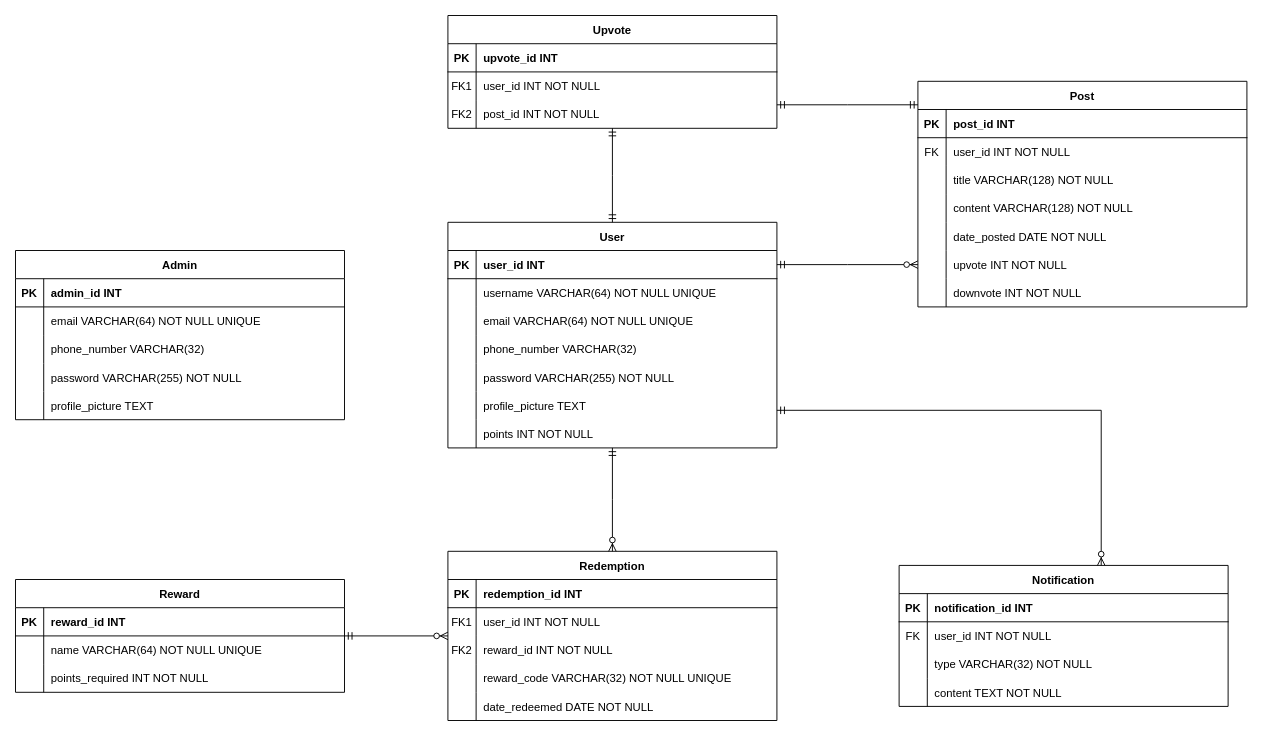
This is erd.drawio from ChiefWoods/sustainable-earth-foundation, a draw.io file, before an edit. Source tidied: cells renumbered, new cells numbered last; positions are measured from the earlier drawing's top-left corner, leaving out a move shared by most shapes. Both pictures are drawn from the tidied source at 94%, with x=0, y=0 at pixel (15, 15).
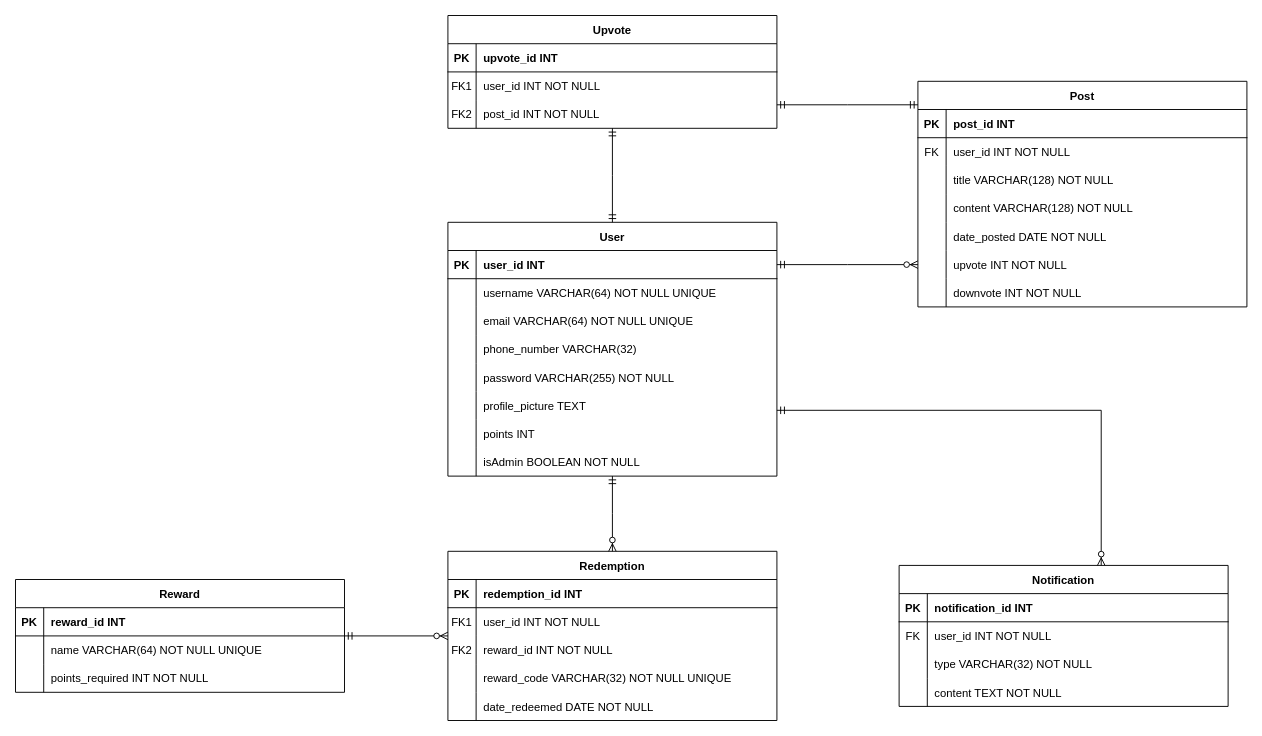
Above is the later version.

Commit message:
Merge Admin and User table

Unchanged cells that the change refers to:
```xml
<mxCell id="37" style="shape=partialRectangle;fillColor=none;top=0;left=0;right=0;bottom=0;" parent="18" vertex="1">
  <mxGeometry y="210" width="350" height="30" as="geometry" />
</mxCell>
```

The edit, as a diff of the source:
```diff
@@
-    <mxCell id="2" value="Admin" style="shape=table;startSize=30;childLayout=tableLayout;rowLines=0;fontStyle=1;align=center;" parent="1" vertex="1">
-      <mxGeometry y="250" width="350" height="180" as="geometry" />
-    </mxCell>
-    <mxCell id="3" style="shape=partialRectangle;fillColor=none;top=0;left=0;right=0;bottom=1;" parent="2" vertex="1">
-      <mxGeometry y="30" width="350" height="30" as="geometry" />
-    </mxCell>
-    <mxCell id="4" value="PK" style="shape=partialRectangle;overflow=hidden;fillColor=none;top=0;left=0;bottom=0;right=0;fontStyle=1;" parent="3" vertex="1">
-      <mxGeometry width="30" height="30" as="geometry" />
-    </mxCell>
-    <mxCell id="5" value="admin_id INT" style="shape=partialRectangle;overflow=hidden;fillColor=none;top=0;left=0;bottom=0;right=0;align=left;spacingLeft=6;fontStyle=1;" parent="3" vertex="1">
-      <mxGeometry x="30" width="320" height="30" as="geometry" />
-    </mxCell>
-    <mxCell id="6" style="shape=partialRectangle;fillColor=none;top=0;left=0;right=0;bottom=0;" parent="2" vertex="1">
-      <mxGeometry y="60" width="350" height="30" as="geometry" />
-    </mxCell>
-    <mxCell id="7" style="shape=partialRectangle;overflow=hidden;fillColor=none;top=0;left=0;bottom=0;right=0;" parent="6" vertex="1">
-      <mxGeometry width="30" height="30" as="geometry" />
-    </mxCell>
-    <mxCell id="8" value="email VARCHAR(64) NOT NULL UNIQUE" style="shape=partialRectangle;overflow=hidden;fillColor=none;top=0;left=0;bottom=0;right=0;align=left;spacingLeft=6;" parent="6" vertex="1">
-      <mxGeometry x="30" width="320" height="30" as="geometry" />
-    </mxCell>
-    <mxCell id="9" style="shape=partialRectangle;fillColor=none;top=0;left=0;right=0;bottom=0;" parent="2" vertex="1">
-      <mxGeometry y="90" width="350" height="30" as="geometry" />
-    </mxCell>
-    <mxCell id="10" style="shape=partialRectangle;overflow=hidden;fillColor=none;top=0;left=0;bottom=0;right=0;" parent="9" vertex="1">
-      <mxGeometry width="30" height="30" as="geometry" />
-    </mxCell>
-    <mxCell id="11" value="phone_number VARCHAR(32)" style="shape=partialRectangle;overflow=hidden;fillColor=none;top=0;left=0;bottom=0;right=0;align=left;spacingLeft=6;" parent="9" vertex="1">
-      <mxGeometry x="30" width="320" height="30" as="geometry" />
-    </mxCell>
-    <mxCell id="12" style="shape=partialRectangle;fillColor=none;top=0;left=0;right=0;bottom=0;" parent="2" vertex="1">
-      <mxGeometry y="120" width="350" height="30" as="geometry" />
-    </mxCell>
-    <mxCell id="13" style="shape=partialRectangle;overflow=hidden;fillColor=none;top=0;left=0;bottom=0;right=0;" parent="12" vertex="1">
-      <mxGeometry width="30" height="30" as="geometry" />
-    </mxCell>
-    <mxCell id="14" value="password VARCHAR(255) NOT NULL" style="shape=partialRectangle;overflow=hidden;fillColor=none;top=0;left=0;bottom=0;right=0;align=left;spacingLeft=6;" parent="12" vertex="1">
-      <mxGeometry x="30" width="320" height="30" as="geometry" />
-    </mxCell>
-    <mxCell id="15" style="shape=partialRectangle;fillColor=none;top=0;left=0;right=0;bottom=0;" parent="2" vertex="1">
-      <mxGeometry y="150" width="350" height="30" as="geometry" />
-    </mxCell>
-    <mxCell id="16" style="shape=partialRectangle;overflow=hidden;fillColor=none;top=0;left=0;bottom=0;right=0;" parent="15" vertex="1">
-      <mxGeometry width="30" height="30" as="geometry" />
-    </mxCell>
-    <mxCell id="17" value="profile_picture TEXT" style="shape=partialRectangle;overflow=hidden;fillColor=none;top=0;left=0;bottom=0;right=0;align=left;spacingLeft=6;" parent="15" vertex="1">
-      <mxGeometry x="30" width="320" height="30" as="geometry" />
-    </mxCell>
     <mxCell id="18" value="User" style="shape=table;startSize=30;childLayout=tableLayout;rowLines=0;fontStyle=1;align=center;" parent="1" vertex="1">
-      <mxGeometry x="460" y="220" width="350" height="240" as="geometry" />
+      <mxGeometry x="460" y="220" width="350" height="270" as="geometry" />
     </mxCell>
@@
-    <mxCell id="39" value="points INT NOT NULL" style="shape=partialRectangle;overflow=hidden;fillColor=none;top=0;left=0;bottom=0;right=0;align=left;spacingLeft=6;" parent="37" vertex="1">
+    <mxCell id="39" value="points INT" style="shape=partialRectangle;overflow=hidden;fillColor=none;top=0;left=0;bottom=0;right=0;align=left;spacingLeft=6;" parent="37" vertex="1">
       <mxGeometry x="30" width="320" height="30" as="geometry" />
     </mxCell>
+    <mxCell id="117" style="shape=partialRectangle;fillColor=none;top=0;left=0;right=0;bottom=0;" parent="18" vertex="1">
+      <mxGeometry y="240" width="350" height="30" as="geometry" />
+    </mxCell>
+    <mxCell id="118" style="shape=partialRectangle;overflow=hidden;fillColor=none;top=0;left=0;bottom=0;right=0;" parent="117" vertex="1">
+      <mxGeometry width="30" height="30" as="geometry" />
+    </mxCell>
+    <mxCell id="119" value="isAdmin BOOLEAN NOT NULL" style="shape=partialRectangle;overflow=hidden;fillColor=none;top=0;left=0;bottom=0;right=0;align=left;spacingLeft=6;" parent="117" vertex="1">
+      <mxGeometry x="30" width="320" height="30" as="geometry" />
+    </mxCell>
```
